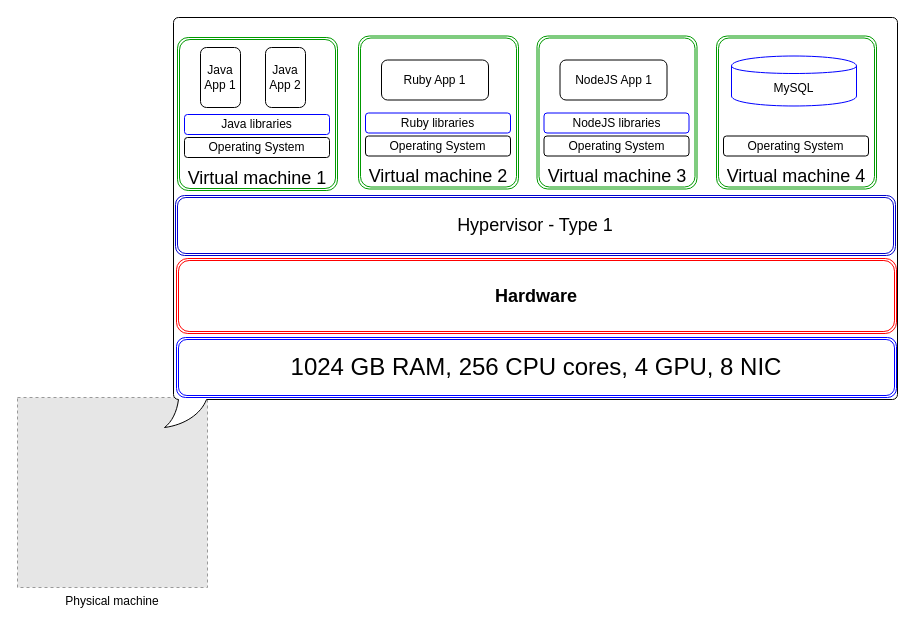
This is page "VM 1" (2 of 4) of why-containers.drawio from prabhatsharma/draw.io, a draw.io file, before an edit. Source tidied: cells renumbered, new cells numbered last; positions are measured from the earlier drawing's top-left corner, leaving out a move shared by most shapes. Both pictures are drawn from the tidied source at 100%, with x=0, y=0 at pixel (17, 17). Pictures stored in the file or linked from it are replaced by grey dashed boxes.
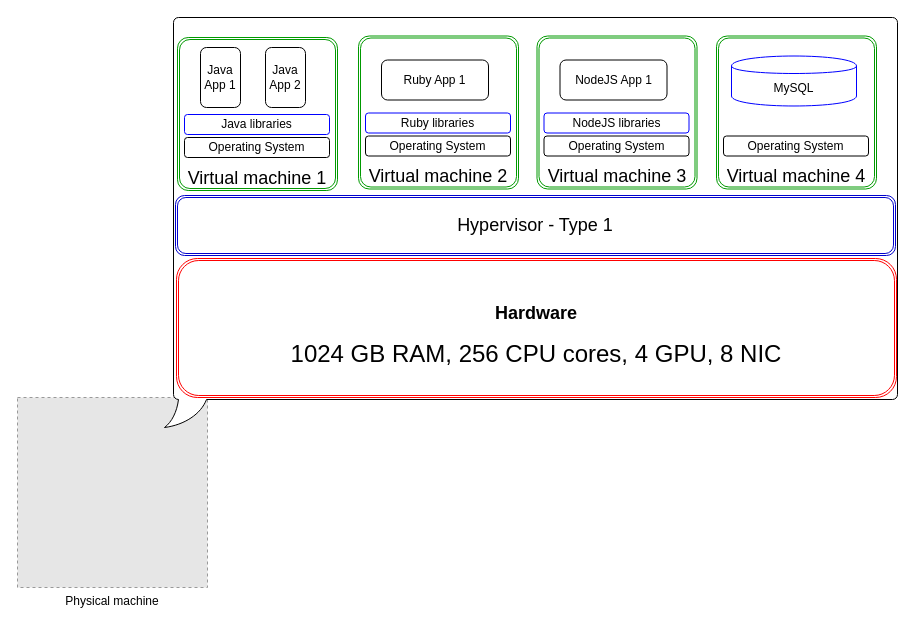
The same page after the edit.

What changed in the source:
```diff
@@
-    <mxCell id="4" value="&lt;h2&gt;Hardware&lt;/h2&gt;" style="shape=ext;double=1;rounded=1;whiteSpace=wrap;html=1;strokeColor=#FF0000;" parent="1" vertex="1">
-      <mxGeometry x="159" y="241" width="720" height="75" as="geometry" />
-    </mxCell>
-    <mxCell id="5" value="&lt;span style=&quot;font-size: 24px ; white-space: normal&quot;&gt;1024 GB RAM, 256 CPU cores, 4 GPU, 8 NIC&lt;/span&gt;" style="shape=ext;double=1;rounded=1;whiteSpace=wrap;html=1;strokeColor=#0000FF;" parent="1" vertex="1">
-      <mxGeometry x="159" y="320" width="720" height="60" as="geometry" />
-    </mxCell>
@@
+    <mxCell id="27" value="&lt;h2&gt;Hardware&lt;/h2&gt;&lt;div&gt;&lt;span style=&quot;font-size: 24px&quot;&gt;1024 GB RAM, 256 CPU cores, 4 GPU, 8 NIC&lt;/span&gt;&lt;br&gt;&lt;/div&gt;" style="shape=ext;double=1;rounded=1;whiteSpace=wrap;html=1;strokeColor=#FF0000;" parent="1" vertex="1">
+      <mxGeometry x="159" y="241" width="720" height="139" as="geometry" />
+    </mxCell>
```
